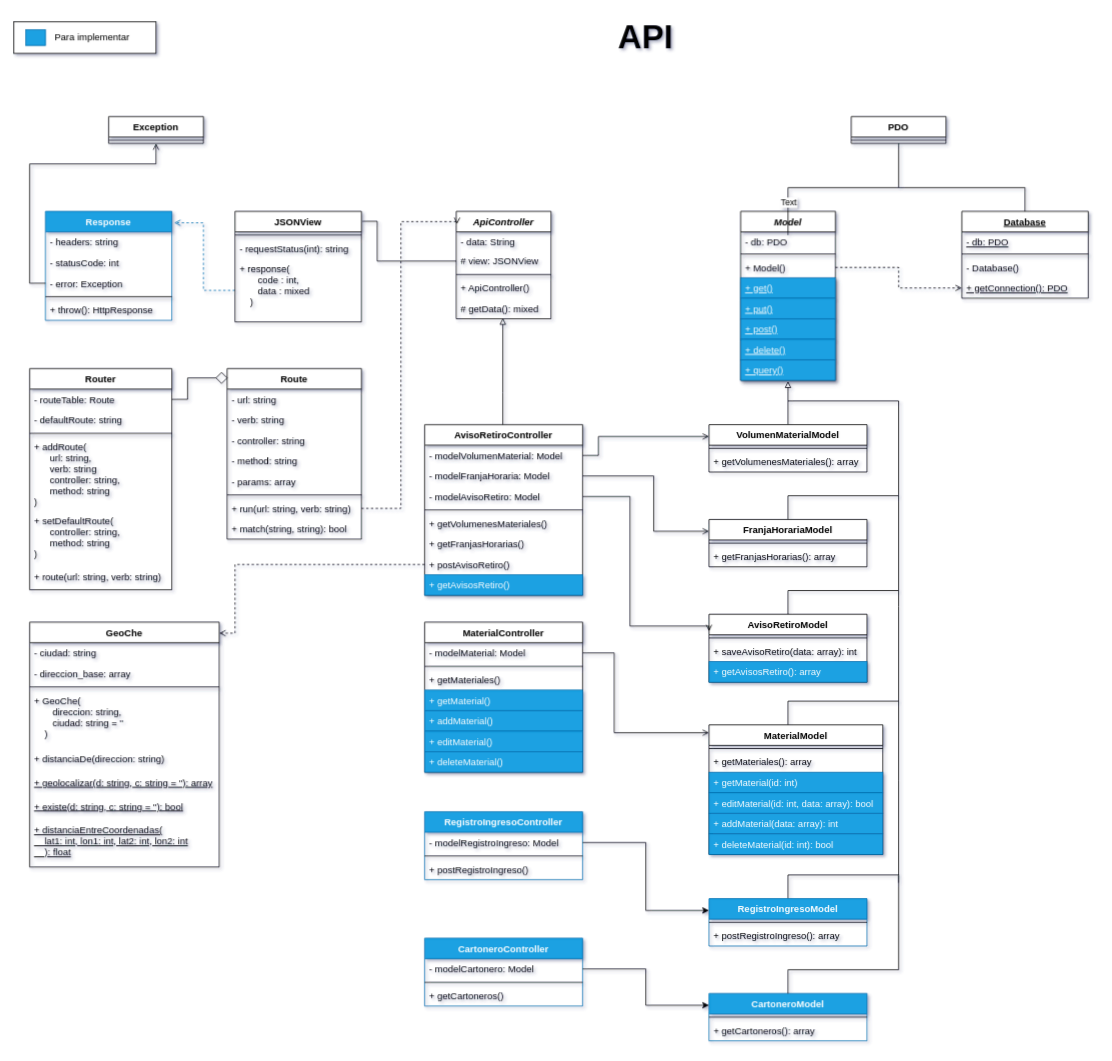
This is page "API" (1 of 8) of Artefactos/Diagramas/diagrama-clases.drawio from Evynith/Entregable-Metodologias, a draw.io file, before an edit. Source tidied: cells renumbered, new cells numbered last; positions are measured from the earlier drawing's top-left corner, leaving out a move shared by most shapes. Both pictures are drawn from the tidied source at 79%, with x=0, y=0 at pixel (13, 13).
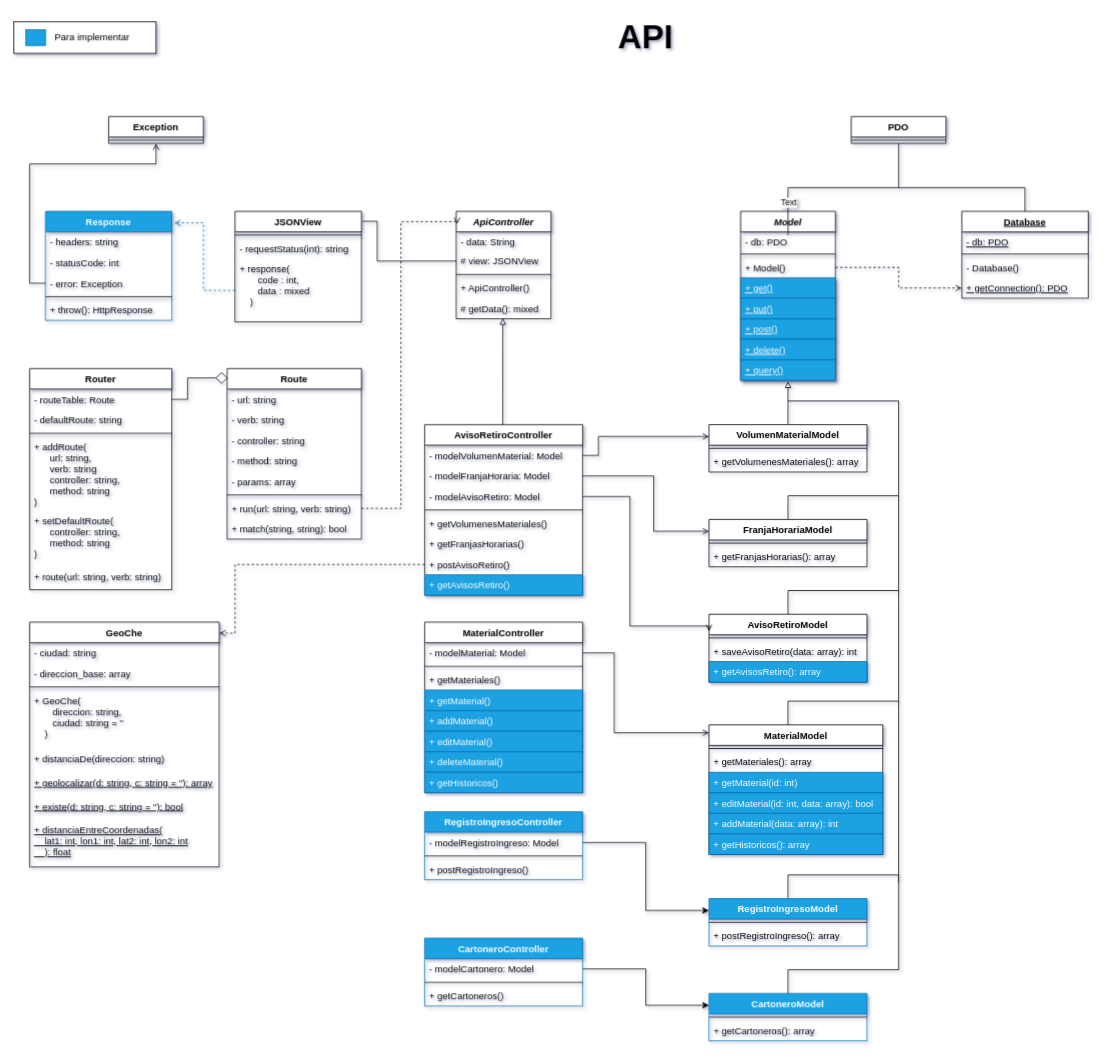
The same diagram, later.

Commit message (it also covers changes not shown here):
#CR-133 actualizo diagrama clases con servicios y db

The change refers to these unchanged cells:
```xml
<mxCell id="36" value="MaterialModel" style="swimlane;fontStyle=1;align=center;verticalAlign=top;horizontal=1;startSize=26;" parent="1" vertex="1">
  <mxGeometry x="880" y="900" width="220" height="164" as="geometry" />
</mxCell>
```

The edit, as a diff of the source:
```diff
@@
-    <mxCell id="42" value="+ deleteMaterial(id: int): bool" style="text;strokeColor=#006EAF;fillColor=#1ba1e2;align=left;verticalAlign=top;spacingLeft=4;spacingRight=4;overflow=hidden;fontColor=#ffffff;" parent="36" vertex="1">
+    <mxCell id="42" value="+ getHistoricos(): array" style="text;strokeColor=#006EAF;fillColor=#1ba1e2;align=left;verticalAlign=top;spacingLeft=4;spacingRight=4;overflow=hidden;fontColor=#ffffff;" parent="36" vertex="1">
       <mxGeometry y="138" width="220" height="26" as="geometry" />
     </mxCell>
@@
     <mxCell id="62" value="MaterialController" style="swimlane;fontStyle=1;align=center;verticalAlign=top;horizontal=1;startSize=26;" parent="1" vertex="1">
-      <mxGeometry x="520" y="770" width="200" height="190" as="geometry" />
+      <mxGeometry x="520" y="770" width="200" height="216" as="geometry" />
     </mxCell>
@@
+    <mxCell id="136" value="+ getHistoricos()" style="text;strokeColor=#006EAF;fillColor=#1ba1e2;align=left;verticalAlign=top;spacingLeft=4;spacingRight=4;overflow=hidden;fontColor=#ffffff;" parent="62" vertex="1">
+      <mxGeometry y="190" width="200" height="26" as="geometry" />
+    </mxCell>
```
